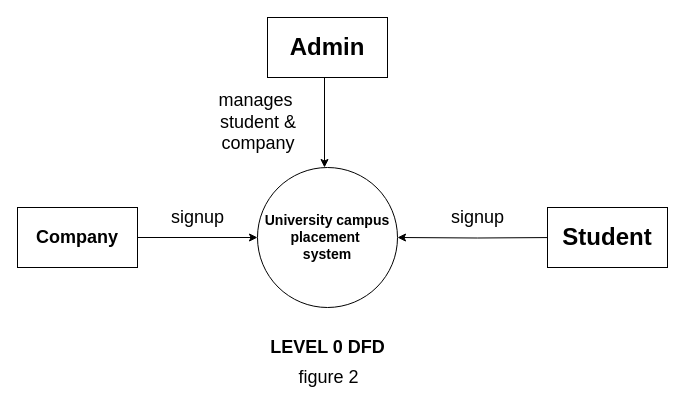
Above: company/Level 0 DFD.drawio in bhatkt71/campus (draw.io), before the change. Source tidied: cells renumbered, new cells numbered last; positions are measured from the earlier drawing's top-left corner, leaving out a move shared by most shapes. Both pictures are drawn from the tidied source at 100%, with x=0, y=0 at pixel (17, 17).
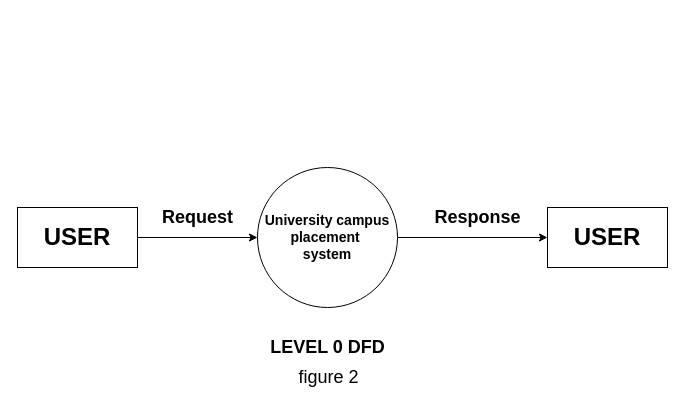
Above is the later version.

The edit, as a diff of the source:
```diff
@@
 <mxGraphModel>
   <root>
     <mxCell id="0" />
     <mxCell id="1" parent="0" />
     <mxCell id="2" style="edgeStyle=orthogonalEdgeStyle;rounded=0;jettySize=auto;html=1;exitX=1;exitY=0.5;exitDx=0;exitDy=0;" parent="1" edge="1" target="3">
       <mxGeometry relative="1" as="geometry">
         <mxPoint x="110" y="200" as="sourcePoint" />
         <Array as="points">
           <mxPoint x="110" y="220" />
         </Array>
       </mxGeometry>
     </mxCell>
+    <mxCell id="14" style="edgeStyle=orthogonalEdgeStyle;rounded=0;jettySize=auto;html=1;entryX=0;entryY=0.5;entryDx=0;entryDy=0;" parent="1" edge="1" source="3" target="12">
+      <mxGeometry relative="1" as="geometry" />
+    </mxCell>
     <mxCell id="3" value="&lt;b&gt;&lt;font style=&quot;font-size: 14px;&quot;&gt;University campus&lt;br&gt;placement&amp;nbsp;&lt;br&gt;system&lt;/font&gt;&lt;/b&gt;" style="ellipse;whiteSpace=wrap;html=1;" parent="1" vertex="1">
       <mxGeometry x="240" y="150" width="140" height="140" as="geometry" />
     </mxCell>
-    <mxCell id="4" style="edgeStyle=orthogonalEdgeStyle;rounded=0;jettySize=auto;html=1;" parent="1" edge="1" target="3">
-      <mxGeometry relative="1" as="geometry">
-        <mxPoint x="540" y="220" as="sourcePoint" />
-      </mxGeometry>
-    </mxCell>
-    <mxCell id="5" style="endArrow=classic;html=1;rounded=0;exitX=0.5;exitY=1;exitDx=0;exitDy=0;entryX=0.5;entryY=0;entryDx=0;entryDy=0;entryPerimeter=0;" parent="1" edge="1">
-      <mxGeometry relative="1" as="geometry">
-        <mxPoint x="307" y="50" as="sourcePoint" />
-        <mxPoint x="307" y="150" as="targetPoint" />
-      </mxGeometry>
-    </mxCell>
-    <mxCell id="6" value="&lt;font style=&quot;font-size: 18px;&quot;&gt;manages&amp;nbsp;&lt;br&gt;student &amp;amp; company&lt;/font&gt;" style="text;html=1;strokeColor=none;fillColor=none;align=center;verticalAlign=middle;whiteSpace=wrap;rounded=0;" parent="1" vertex="1">
-      <mxGeometry x="211" y="90" width="60" height="30" as="geometry" />
-    </mxCell>
-    <mxCell id="7" value="&lt;font style=&quot;font-size: 18px;&quot;&gt;signup&lt;/font&gt;" style="text;html=1;align=center;verticalAlign=middle;strokeColor=none;fillColor=none;" parent="1" vertex="1">
-      <mxGeometry x="140" y="180" width="80" height="40" as="geometry" />
+    <mxCell id="7" value="&lt;font style=&quot;font-size: 18px;&quot;&gt;&lt;b&gt;Request&lt;/b&gt;&lt;/font&gt;" style="text;html=1;align=center;verticalAlign=middle;strokeColor=none;fillColor=none;" parent="1" vertex="1">
+      <mxGeometry x="135" y="180" width="90" height="40" as="geometry" />
     </mxCell>
     <mxCell id="8" value="&lt;b&gt;&lt;font style=&quot;font-size: 18px;&quot;&gt;LEVEL 0 DFD&lt;/font&gt;&lt;/b&gt;" style="text;html=1;align=center;verticalAlign=middle;strokeColor=none;fillColor=none;" parent="1" vertex="1">
       <mxGeometry x="240" y="310" width="140" height="40" as="geometry" />
     </mxCell>
-    <mxCell id="9" value="&lt;font style=&quot;font-size: 18px;&quot;&gt;signup&lt;/font&gt;" style="text;html=1;align=center;verticalAlign=middle;strokeColor=none;fillColor=none;" parent="1" vertex="1">
-      <mxGeometry x="420" y="180" width="80" height="40" as="geometry" />
+    <mxCell id="9" value="&lt;font style=&quot;font-size: 18px;&quot;&gt;&lt;b&gt;Response&lt;/b&gt;&lt;/font&gt;" style="text;html=1;align=center;verticalAlign=middle;strokeColor=none;fillColor=none;" parent="1" vertex="1">
+      <mxGeometry x="405" y="180" width="110" height="40" as="geometry" />
     </mxCell>
-    <mxCell id="10" value="&lt;b&gt;&lt;font style=&quot;font-size: 18px;&quot;&gt;Company&lt;/font&gt;&lt;/b&gt;" style="rounded=0;whiteSpace=wrap;html=1;" parent="1" vertex="1">
+    <mxCell id="10" value="&lt;b style=&quot;&quot;&gt;&lt;font style=&quot;font-size: 24px;&quot;&gt;USER&lt;/font&gt;&lt;/b&gt;" style="rounded=0;whiteSpace=wrap;html=1;" parent="1" vertex="1">
       <mxGeometry y="190" width="120" height="60" as="geometry" />
     </mxCell>
-    <mxCell id="11" value="&lt;b style=&quot;border-color: var(--border-color);&quot;&gt;&lt;font style=&quot;border-color: var(--border-color); font-size: 24px;&quot;&gt;Admin&lt;/font&gt;&lt;/b&gt;" style="whiteSpace=wrap;html=1;" parent="1" vertex="1">
-      <mxGeometry x="250" width="120" height="60" as="geometry" />
-    </mxCell>
-    <mxCell id="12" value="&lt;b style=&quot;border-color: var(--border-color);&quot;&gt;&lt;font style=&quot;border-color: var(--border-color); font-size: 24px;&quot;&gt;Student&lt;/font&gt;&lt;/b&gt;" style="whiteSpace=wrap;html=1;" parent="1" vertex="1">
+    <mxCell id="12" value="&lt;b style=&quot;border-color: var(--border-color);&quot;&gt;&lt;font style=&quot;border-color: var(--border-color); font-size: 24px;&quot;&gt;USER&lt;/font&gt;&lt;/b&gt;" style="whiteSpace=wrap;html=1;" parent="1" vertex="1">
       <mxGeometry x="530" y="190" width="120" height="60" as="geometry" />
     </mxCell>
     <mxCell id="13" value="&lt;font style=&quot;font-size: 18px;&quot;&gt;figure 2&lt;/font&gt;" style="text;html=1;align=center;verticalAlign=middle;strokeColor=none;fillColor=none;" parent="1" vertex="1">
       <mxGeometry x="271" y="340" width="80" height="40" as="geometry" />
     </mxCell>
   </root>
 </mxGraphModel>
```
